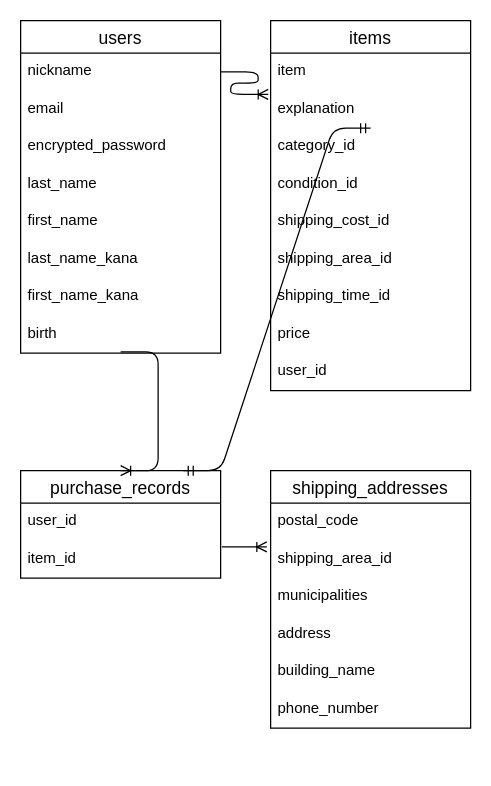
Above: Entity Relationship.dio in kurigaki/furima-37191 (draw.io), before the change. Source tidied: cells renumbered, new cells numbered last; positions are measured from the earlier drawing's top-left corner, leaving out a move shared by most shapes. Both pictures are drawn from the tidied source at 125%, with x=0, y=0 at pixel (20, 20).
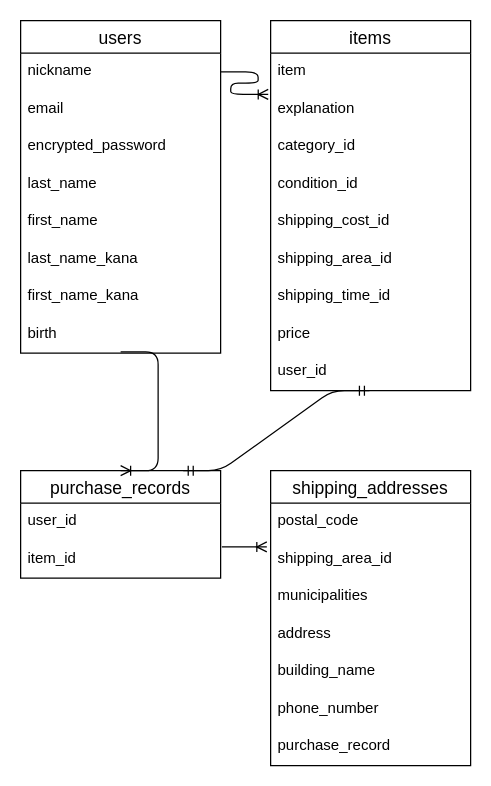
Above is the later version.

Commit message (it also covers changes not shown here):
データベース設計４

Unchanged cells that the change refers to:
```xml
<mxCell id="13" value="explanation" style="text;strokeColor=none;fillColor=none;spacingLeft=4;spacingRight=4;overflow=hidden;points=[[0,0.5],[1,0.5]];portConstraint=eastwest;fontSize=12;" parent="11" vertex="1">
  <mxGeometry y="56" width="160" height="30" as="geometry" />
</mxCell>
<mxCell id="20" value="user_id" style="text;strokeColor=none;fillColor=none;spacingLeft=4;spacingRight=4;overflow=hidden;points=[[0,0.5],[1,0.5]];portConstraint=eastwest;fontSize=12;" parent="11" vertex="1">
  <mxGeometry y="266" width="160" height="30" as="geometry" />
</mxCell>
<mxCell id="22" value="purchase_records" style="swimlane;fontStyle=0;horizontal=1;startSize=26;align=center;fontSize=14;" parent="1" vertex="1">
  <mxGeometry y="360" width="160" height="86" as="geometry" />
</mxCell>
```

Diff of the diagram source:
```diff
@@
     <mxCell id="25" value="shipping_addresses" style="swimlane;fontStyle=0;horizontal=1;startSize=26;align=center;fontSize=14;" parent="1" vertex="1">
-      <mxGeometry x="200" y="360" width="160" height="206" as="geometry" />
+      <mxGeometry x="200" y="360" width="160" height="236" as="geometry" />
     </mxCell>
@@
+    <mxCell id="35" value="purchase_record" style="text;strokeColor=none;fillColor=none;spacingLeft=4;spacingRight=4;overflow=hidden;fontSize=12;" parent="25" vertex="1">
+      <mxGeometry y="206" width="160" height="30" as="geometry" />
+    </mxCell>
@@
-    <mxCell id="34" style="edgeStyle=entityRelationEdgeStyle;fontSize=12;html=1;endArrow=ERmandOne;startArrow=ERmandOne;exitX=0.813;exitY=0;exitDx=0;exitDy=0;exitPerimeter=0;entryX=0.5;entryY=1;entryDx=0;entryDy=0;entryPerimeter=0;" parent="1" edge="1" source="22" target="13">
+    <mxCell id="34" style="edgeStyle=entityRelationEdgeStyle;fontSize=12;html=1;endArrow=ERmandOne;startArrow=ERmandOne;exitX=0.813;exitY=0;exitDx=0;exitDy=0;exitPerimeter=0;entryX=0.494;entryY=1;entryDx=0;entryDy=0;entryPerimeter=0;" parent="1" edge="1" source="22" target="20">
       <mxGeometry relative="1" as="geometry" />
     </mxCell>
```
